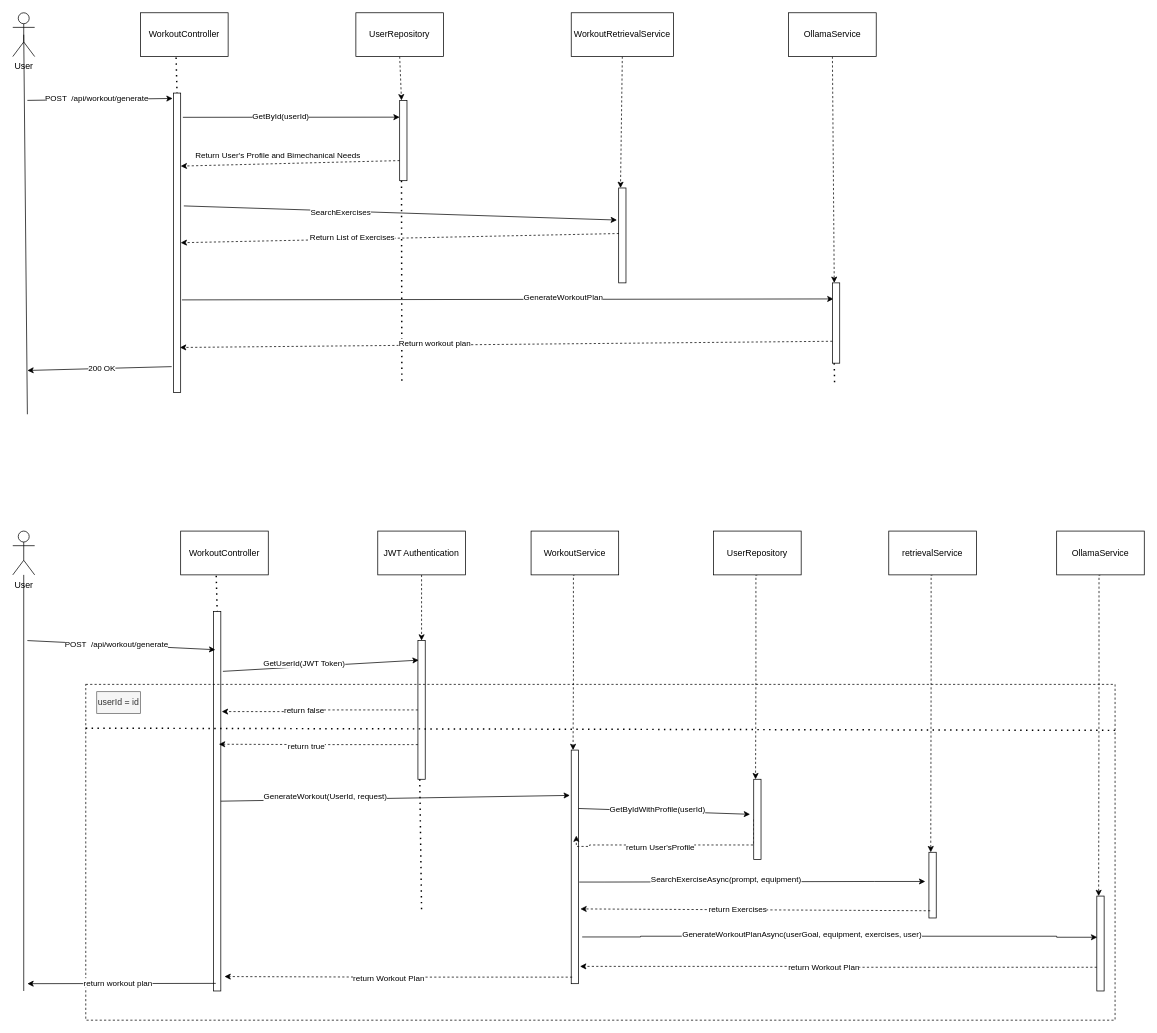
Before: page "Sequence Diagram" (5 of 5) of Diagram/Untitled Diagram.drawio in hieucao2404/WorkoutRag, a draw.io diagram. Source tidied: cells renumbered, new cells numbered last; positions are measured from the earlier drawing's top-left corner, leaving out a move shared by most shapes. Both pictures are drawn from the tidied source at 73%, with x=0, y=0 at pixel (12, 12).
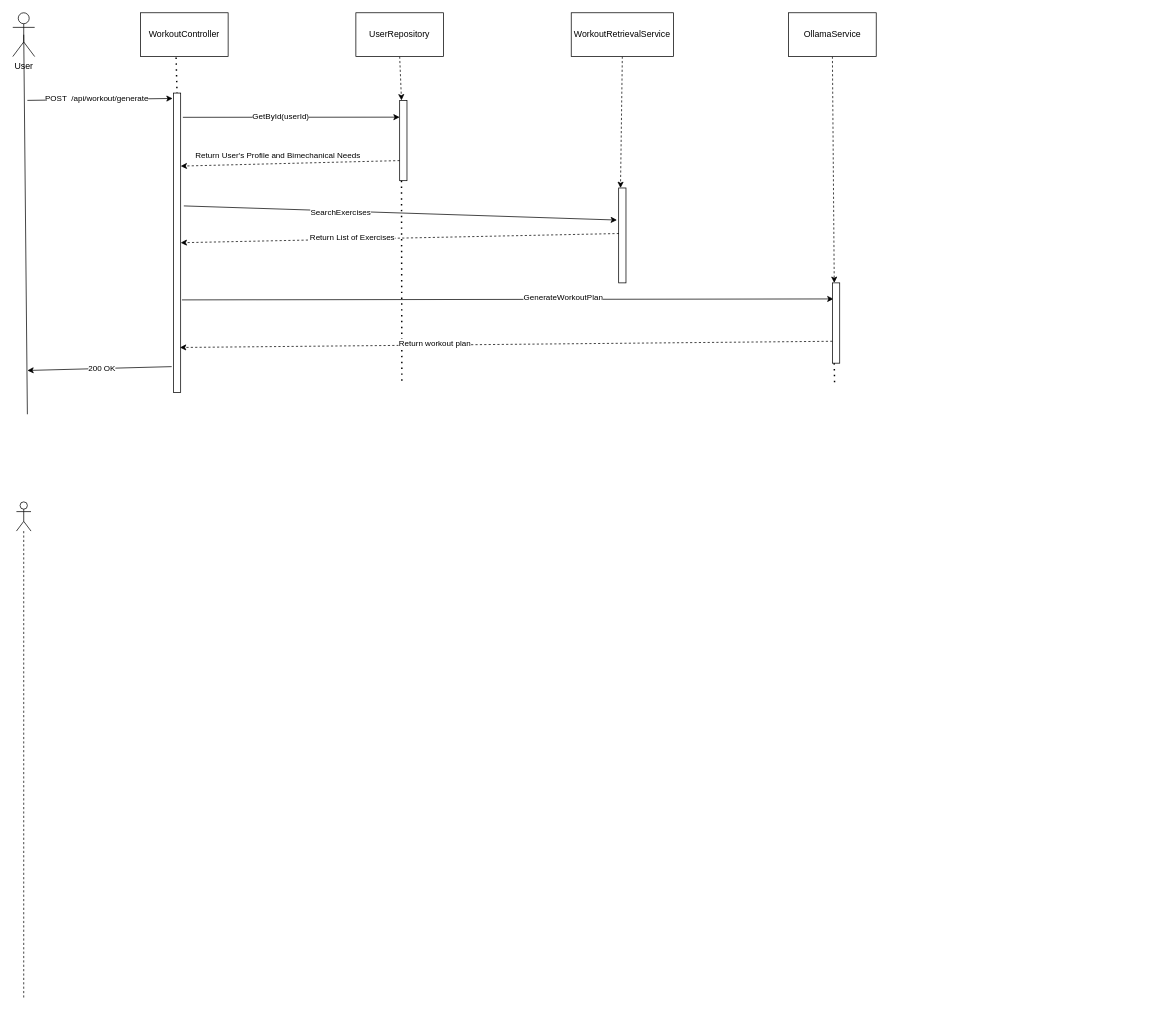
The same diagram, later.

Diff of the diagram source:
```diff
@@
-    <mxCell id="34" value="User" style="shape=umlActor;verticalLabelPosition=bottom;verticalAlign=top;html=1;outlineConnect=0;" parent="1" vertex="1">
-      <mxGeometry y="710" width="30" height="60" as="geometry" />
-    </mxCell>
-    <mxCell id="35" style="endArrow=none;html=1;rounded=0;" parent="1" edge="1" source="34">
-      <mxGeometry relative="1" as="geometry">
-        <mxPoint x="15" y="1340" as="targetPoint" />
-      </mxGeometry>
-    </mxCell>
-    <mxCell id="36" value="WorkoutController" style="rounded=0;whiteSpace=wrap;html=1;" parent="1" vertex="1">
-      <mxGeometry x="230" y="710" width="120" height="60" as="geometry" />
-    </mxCell>
-    <mxCell id="37" style="rounded=0;whiteSpace=wrap;html=1;" parent="1" vertex="1">
-      <mxGeometry x="275" y="820" width="10" height="520" as="geometry" />
-    </mxCell>
-    <mxCell id="38" style="endArrow=none;dashed=1;html=1;dashPattern=1 3;strokeWidth=2;rounded=0;exitX=0.406;exitY=1.022;exitDx=0;exitDy=0;exitPerimeter=0;entryX=0.5;entryY=0;entryDx=0;entryDy=0;" parent="1" edge="1" source="36" target="37">
-      <mxGeometry relative="1" as="geometry" />
-    </mxCell>
-    <mxCell id="39" style="endArrow=classic;html=1;rounded=0;entryX=0.242;entryY=0.101;entryDx=0;entryDy=0;entryPerimeter=0;" parent="1" edge="1" target="37">
-      <mxGeometry relative="1" as="geometry">
-        <mxPoint x="20" y="860" as="sourcePoint" />
-      </mxGeometry>
-    </mxCell>
-    <mxCell id="40" value="POST&amp;nbsp; /api/workout/generate" style="edgeLabel;html=1;align=center;verticalAlign=middle;" parent="39" vertex="1">
-      <mxGeometry x="-0.05" y="1" relative="1" as="geometry" />
-    </mxCell>
-    <mxCell id="41" style="rounded=0;jettySize=auto;html=1;exitX=0.5;exitY=1;exitDx=0;exitDy=0;dashed=1;entryX=0.5;entryY=0;entryDx=0;entryDy=0;" parent="1" edge="1" source="42" target="45">
-      <mxGeometry relative="1" as="geometry" />
-    </mxCell>
-    <mxCell id="42" value="JWT Authentication" style="rounded=0;whiteSpace=wrap;html=1;" parent="1" vertex="1">
-      <mxGeometry x="500" y="710" width="120" height="60" as="geometry" />
-    </mxCell>
-    <mxCell id="43" style="edgeStyle=orthogonalEdgeStyle;rounded=0;jettySize=auto;html=1;exitX=0;exitY=0.5;exitDx=0;exitDy=0;dashed=1;entryX=1.132;entryY=0.264;entryDx=0;entryDy=0;entryPerimeter=0;" parent="1" edge="1" source="45" target="37">
-      <mxGeometry relative="1" as="geometry" />
-    </mxCell>
-    <mxCell id="44" value="return false" style="edgeLabel;html=1;align=center;verticalAlign=middle;" parent="43" vertex="1">
-      <mxGeometry x="0.17" y="-2" relative="1" as="geometry" />
-    </mxCell>
-    <mxCell id="45" style="rounded=0;whiteSpace=wrap;html=1;" parent="1" vertex="1">
-      <mxGeometry x="555" y="860" width="10" height="190" as="geometry" />
-    </mxCell>
-    <mxCell id="46" style="endArrow=classic;html=1;rounded=0;exitX=1.282;exitY=0.158;exitDx=0;exitDy=0;exitPerimeter=0;entryX=0.105;entryY=0.141;entryDx=0;entryDy=0;entryPerimeter=0;" parent="1" edge="1" source="37" target="45">
-      <mxGeometry relative="1" as="geometry" />
-    </mxCell>
-    <mxCell id="47" value="GetUserId(JWT Token)" style="edgeLabel;html=1;align=center;verticalAlign=middle;" parent="46" vertex="1">
-      <mxGeometry x="-0.17" y="5" relative="1" as="geometry" />
-    </mxCell>
-    <mxCell id="48" style="rounded=0;whiteSpace=wrap;html=1;gradientColor=default;fillColor=none;dashed=1;" parent="1" vertex="1">
-      <mxGeometry x="100" y="920" width="1410" height="460" as="geometry" />
-    </mxCell>
-    <mxCell id="49" value="userId = id" style="text;html=1;whiteSpace=wrap;strokeColor=#666666;fillColor=#f5f5f5;align=center;verticalAlign=middle;rounded=0;fontColor=#333333;" parent="1" vertex="1">
-      <mxGeometry x="115" y="930" width="60" height="30" as="geometry" />
-    </mxCell>
-    <mxCell id="50" style="edgeStyle=orthogonalEdgeStyle;rounded=0;jettySize=auto;html=1;exitX=0;exitY=0.75;exitDx=0;exitDy=0;dashed=1;entryX=0.732;entryY=0.35;entryDx=0;entryDy=0;entryPerimeter=0;" parent="1" edge="1" source="45" target="37">
-      <mxGeometry relative="1" as="geometry" />
-    </mxCell>
-    <mxCell id="51" value="return true" style="edgeLabel;html=1;align=center;verticalAlign=middle;" parent="50" vertex="1">
-      <mxGeometry x="0.13" y="2" relative="1" as="geometry" />
-    </mxCell>
-    <mxCell id="52" style="endArrow=none;dashed=1;html=1;dashPattern=1 3;strokeWidth=2;rounded=0;exitX=-0.001;exitY=0.21;exitDx=0;exitDy=0;entryX=1.001;entryY=0.137;entryDx=0;entryDy=0;entryPerimeter=0;exitPerimeter=0;" parent="1" edge="1" target="48">
-      <mxGeometry relative="1" as="geometry">
-        <mxPoint x="100" y="980" as="sourcePoint" />
-      </mxGeometry>
-    </mxCell>
-    <mxCell id="53" style="endArrow=classic;html=1;rounded=0;exitX=1;exitY=0.5;exitDx=0;exitDy=0;entryX=-0.184;entryY=0.194;entryDx=0;entryDy=0;entryPerimeter=0;" parent="1" edge="1" source="37" target="60">
-      <mxGeometry relative="1" as="geometry" />
-    </mxCell>
-    <mxCell id="54" value="GenerateWorkout(UserId, request)" style="edgeLabel;html=1;align=center;verticalAlign=middle;" parent="53" vertex="1">
-      <mxGeometry x="-0.4" y="4" relative="1" as="geometry" />
-    </mxCell>
-    <mxCell id="55" style="endArrow=none;dashed=1;html=1;dashPattern=1 3;strokeWidth=2;rounded=0;exitX=0.25;exitY=1;exitDx=0;exitDy=0;" parent="1" edge="1" source="45">
-      <mxGeometry relative="1" as="geometry">
-        <mxPoint x="560" y="1230" as="targetPoint" />
-      </mxGeometry>
-    </mxCell>
-    <mxCell id="56" style="edgeStyle=orthogonalEdgeStyle;rounded=0;jettySize=auto;html=1;exitX=0.5;exitY=1;exitDx=0;exitDy=0;entryX=0.25;entryY=0;entryDx=0;entryDy=0;dashed=1;" parent="1" edge="1" source="57" target="60">
-      <mxGeometry relative="1" as="geometry">
-        <Array as="points">
-          <mxPoint x="768" y="770" />
-          <mxPoint x="768" y="910" />
-        </Array>
-      </mxGeometry>
-    </mxCell>
-    <mxCell id="57" value="WorkoutService" style="rounded=0;whiteSpace=wrap;html=1;" parent="1" vertex="1">
-      <mxGeometry x="710" y="710" width="120" height="60" as="geometry" />
-    </mxCell>
-    <mxCell id="58" style="edgeStyle=orthogonalEdgeStyle;rounded=0;jettySize=auto;html=1;exitX=1.096;exitY=0.565;exitDx=0;exitDy=0;exitPerimeter=0;" parent="1" edge="1" source="60">
-      <mxGeometry relative="1" as="geometry">
-        <mxPoint x="1250" y="1190" as="targetPoint" />
-        <Array as="points">
-          <mxPoint x="810" y="1191" />
-          <mxPoint x="810" y="1190" />
-          <mxPoint x="1180" y="1190" />
-        </Array>
-      </mxGeometry>
-    </mxCell>
-    <mxCell id="59" value="SearchExerciseAsync(prompt, equipment)" style="edgeLabel;html=1;align=center;verticalAlign=middle;" parent="58" vertex="1">
-      <mxGeometry x="-0.15" y="4" relative="1" as="geometry" />
-    </mxCell>
-    <mxCell id="60" style="rounded=0;whiteSpace=wrap;html=1;" parent="1" vertex="1">
-      <mxGeometry x="765" y="1010" width="10" height="320" as="geometry" />
-    </mxCell>
-    <mxCell id="61" style="endArrow=classic;html=1;rounded=0;exitX=1;exitY=0.25;exitDx=0;exitDy=0;" parent="1" edge="1" source="60">
-      <mxGeometry relative="1" as="geometry">
-        <mxPoint x="1010" y="1098" as="targetPoint" />
-      </mxGeometry>
-    </mxCell>
-    <mxCell id="62" value="GetByIdWithProfile(userId)" style="edgeLabel;html=1;align=center;verticalAlign=middle;" parent="61" vertex="1">
-      <mxGeometry x="-0.09" y="3" relative="1" as="geometry" />
-    </mxCell>
-    <mxCell id="63" style="edgeStyle=orthogonalEdgeStyle;rounded=0;jettySize=auto;html=1;exitX=0.5;exitY=1;exitDx=0;exitDy=0;entryX=0.25;entryY=0;entryDx=0;entryDy=0;dashed=1;" parent="1" edge="1" source="64" target="67">
-      <mxGeometry relative="1" as="geometry">
-        <Array as="points">
-          <mxPoint x="1018" y="770" />
-          <mxPoint x="1018" y="910" />
-        </Array>
-      </mxGeometry>
-    </mxCell>
-    <mxCell id="64" value="UserRepository" style="rounded=0;whiteSpace=wrap;html=1;" parent="1" vertex="1">
-      <mxGeometry x="960" y="710" width="120" height="60" as="geometry" />
-    </mxCell>
-    <mxCell id="65" style="edgeStyle=orthogonalEdgeStyle;rounded=0;jettySize=auto;html=1;exitX=0;exitY=0.5;exitDx=0;exitDy=0;dashed=1;entryX=0.696;entryY=0.366;entryDx=0;entryDy=0;entryPerimeter=0;" parent="1" edge="1" source="67" target="60">
-      <mxGeometry relative="1" as="geometry">
-        <Array as="points">
-          <mxPoint x="1015" y="1140" />
-          <mxPoint x="790" y="1140" />
-          <mxPoint x="790" y="1142" />
-        </Array>
-      </mxGeometry>
-    </mxCell>
-    <mxCell id="66" value="return User'sProfile" style="edgeLabel;html=1;align=center;verticalAlign=middle;" parent="65" vertex="1">
-      <mxGeometry x="0.11" y="2" relative="1" as="geometry" />
-    </mxCell>
-    <mxCell id="67" style="rounded=0;whiteSpace=wrap;html=1;" parent="1" vertex="1">
-      <mxGeometry x="1015" y="1050" width="10" height="110" as="geometry" />
-    </mxCell>
-    <mxCell id="68" style="edgeStyle=orthogonalEdgeStyle;rounded=0;jettySize=auto;html=1;exitX=0.5;exitY=1;exitDx=0;exitDy=0;entryX=0.25;entryY=0;entryDx=0;entryDy=0;dashed=1;" parent="1" edge="1" source="69" target="70">
-      <mxGeometry relative="1" as="geometry">
-        <Array as="points">
-          <mxPoint x="1258" y="770" />
-          <mxPoint x="1258" y="910" />
-        </Array>
-      </mxGeometry>
-    </mxCell>
-    <mxCell id="69" value="retrievalService" style="rounded=0;whiteSpace=wrap;html=1;" parent="1" vertex="1">
-      <mxGeometry x="1200" y="710" width="120" height="60" as="geometry" />
-    </mxCell>
-    <mxCell id="70" style="rounded=0;whiteSpace=wrap;html=1;" parent="1" vertex="1">
-      <mxGeometry x="1255" y="1150" width="10" height="90" as="geometry" />
-    </mxCell>
-    <mxCell id="71" style="endArrow=classic;html=1;rounded=0;exitX=0.176;exitY=0.89;exitDx=0;exitDy=0;exitPerimeter=0;entryX=1.256;entryY=0.68;entryDx=0;entryDy=0;entryPerimeter=0;dashed=1;" parent="1" edge="1" source="70" target="60">
-      <mxGeometry relative="1" as="geometry" />
-    </mxCell>
-    <mxCell id="72" value="return Exercises" style="edgeLabel;html=1;align=center;verticalAlign=middle;" parent="71" vertex="1">
-      <mxGeometry x="0.1" y="-1" relative="1" as="geometry" />
-    </mxCell>
-    <mxCell id="73" style="edgeStyle=orthogonalEdgeStyle;rounded=0;jettySize=auto;html=1;exitX=0.5;exitY=1;exitDx=0;exitDy=0;entryX=0.25;entryY=0;entryDx=0;entryDy=0;dashed=1;" parent="1" edge="1" source="74" target="75">
-      <mxGeometry relative="1" as="geometry">
-        <Array as="points">
-          <mxPoint x="1488" y="770" />
-          <mxPoint x="1488" y="910" />
-        </Array>
-      </mxGeometry>
-    </mxCell>
-    <mxCell id="74" value="OllamaService" style="rounded=0;whiteSpace=wrap;html=1;" parent="1" vertex="1">
-      <mxGeometry x="1430" y="710" width="120" height="60" as="geometry" />
-    </mxCell>
-    <mxCell id="75" style="rounded=0;whiteSpace=wrap;html=1;" parent="1" vertex="1">
-      <mxGeometry x="1485" y="1210" width="10" height="130" as="geometry" />
-    </mxCell>
-    <mxCell id="76" style="edgeStyle=orthogonalEdgeStyle;rounded=0;jettySize=auto;html=1;entryX=0.056;entryY=0.434;entryDx=0;entryDy=0;entryPerimeter=0;" parent="1" edge="1" target="75">
-      <mxGeometry relative="1" as="geometry">
-        <mxPoint x="780" y="1266" as="sourcePoint" />
-        <Array as="points">
-          <mxPoint x="860" y="1265" />
-          <mxPoint x="1430" y="1265" />
-          <mxPoint x="1430" y="1266" />
-        </Array>
-      </mxGeometry>
-    </mxCell>
-    <mxCell id="77" value="GenerateWorkoutPlanAsync(userGoal, equipment, exercises, user)" style="edgeLabel;html=1;align=center;verticalAlign=middle;" parent="76" vertex="1">
-      <mxGeometry x="-0.15" y="4" relative="1" as="geometry" />
-    </mxCell>
-    <mxCell id="78" style="edgeStyle=orthogonalEdgeStyle;rounded=0;jettySize=auto;html=1;exitX=0;exitY=0.75;exitDx=0;exitDy=0;entryX=1.205;entryY=0.926;entryDx=0;entryDy=0;entryPerimeter=0;dashed=1;" parent="1" edge="1" source="75" target="60">
-      <mxGeometry relative="1" as="geometry" />
-    </mxCell>
-    <mxCell id="79" value="return Workout Plan" style="edgeLabel;html=1;align=center;verticalAlign=middle;" parent="78" vertex="1">
-      <mxGeometry x="0.06" y="1" relative="1" as="geometry" />
-    </mxCell>
-    <mxCell id="80" style="edgeStyle=orthogonalEdgeStyle;rounded=0;jettySize=auto;html=1;dashed=1;exitX=0.132;exitY=0.972;exitDx=0;exitDy=0;exitPerimeter=0;entryX=1.5;entryY=0.962;entryDx=0;entryDy=0;entryPerimeter=0;" parent="1" edge="1" source="60" target="37">
-      <mxGeometry relative="1" as="geometry">
-        <Array as="points">
-          <mxPoint x="500" y="1321" />
-        </Array>
-      </mxGeometry>
-    </mxCell>
-    <mxCell id="81" value="return Workout Plan" style="edgeLabel;html=1;align=center;verticalAlign=middle;" parent="80" vertex="1">
-      <mxGeometry x="0.06" y="1" relative="1" as="geometry" />
-    </mxCell>
-    <mxCell id="82" style="endArrow=classic;html=1;rounded=0;exitX=0.308;exitY=0.98;exitDx=0;exitDy=0;exitPerimeter=0;" parent="1" edge="1" source="37">
-      <mxGeometry relative="1" as="geometry">
-        <mxPoint x="20" y="1330" as="targetPoint" />
-      </mxGeometry>
-    </mxCell>
-    <mxCell id="83" value="return workout plan" style="edgeLabel;html=1;align=center;verticalAlign=middle;" parent="82" vertex="1">
-      <mxGeometry x="0.05" y="-1" relative="1" as="geometry" />
-    </mxCell>
+    <mxCell id="84" style="shape=umlLifeline;perimeter=lifelinePerimeter;whiteSpace=wrap;html=1;newEdgeStyle={&quot;curved&quot;:0,&quot;rounded&quot;:0};participant=umlActor;" parent="1" vertex="1">
+      <mxGeometry x="5" y="670" width="20" height="680" as="geometry" />
+    </mxCell>
```
